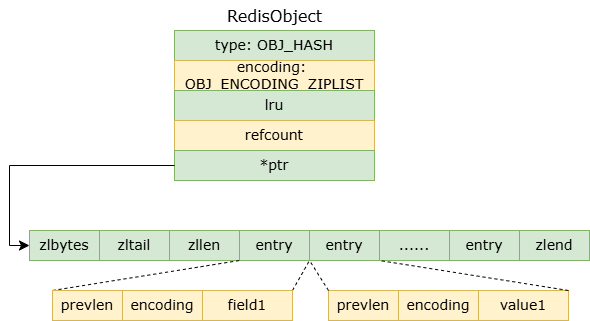
Earlier version of the draw.io export redis/hash使用ziplist作为底层结构时的结构图.drawio.png (guxdong/imgrepo). Source tidied: cells renumbered, new cells last; positions are measured from the earlier drawing's top-left corner, leaving out a move shared by most shapes. The source it was exported from:
```xml
<mxGraphModel>
  <root>
    <mxCell id="0" />
    <mxCell id="1" parent="0" />
    <mxCell id="2" value="&lt;font face=&quot;Verdana&quot; style=&quot;font-size: 14px;&quot;&gt;zlbytes&lt;/font&gt;" style="rounded=0;whiteSpace=wrap;html=1;fillColor=#d5e8d4;strokeColor=#82b366;" parent="1" vertex="1">
      <mxGeometry x="20" y="230" width="70" height="30" as="geometry" />
    </mxCell>
    <mxCell id="3" value="&lt;font face=&quot;Verdana&quot;&gt;&lt;span style=&quot;font-size: 14px;&quot;&gt;zltail&lt;/span&gt;&lt;/font&gt;" style="rounded=0;whiteSpace=wrap;html=1;fillColor=#d5e8d4;strokeColor=#82b366;" parent="1" vertex="1">
      <mxGeometry x="90" y="230" width="70" height="30" as="geometry" />
    </mxCell>
    <mxCell id="4" value="&lt;font face=&quot;Verdana&quot;&gt;&lt;span style=&quot;font-size: 14px;&quot;&gt;zllen&lt;/span&gt;&lt;/font&gt;" style="rounded=0;whiteSpace=wrap;html=1;fillColor=#d5e8d4;strokeColor=#82b366;" parent="1" vertex="1">
      <mxGeometry x="160" y="230" width="70" height="30" as="geometry" />
    </mxCell>
    <mxCell id="5" value="&lt;font face=&quot;Verdana&quot;&gt;&lt;span style=&quot;font-size: 14px;&quot;&gt;entry&lt;/span&gt;&lt;/font&gt;" style="rounded=0;whiteSpace=wrap;html=1;fillColor=#d5e8d4;strokeColor=#82b366;" parent="1" vertex="1">
      <mxGeometry x="230" y="230" width="70" height="30" as="geometry" />
    </mxCell>
    <mxCell id="6" value="&lt;font face=&quot;Verdana&quot;&gt;&lt;span style=&quot;font-size: 14px;&quot;&gt;entry&lt;/span&gt;&lt;/font&gt;" style="rounded=0;whiteSpace=wrap;html=1;fillColor=#d5e8d4;strokeColor=#82b366;" parent="1" vertex="1">
      <mxGeometry x="300" y="230" width="70" height="30" as="geometry" />
    </mxCell>
    <mxCell id="7" value="&lt;font face=&quot;Verdana&quot;&gt;&lt;span style=&quot;font-size: 14px;&quot;&gt;......&lt;/span&gt;&lt;/font&gt;" style="rounded=0;whiteSpace=wrap;html=1;fillColor=#d5e8d4;strokeColor=#82b366;" parent="1" vertex="1">
      <mxGeometry x="370" y="230" width="70" height="30" as="geometry" />
    </mxCell>
    <mxCell id="8" value="&lt;font face=&quot;Verdana&quot;&gt;&lt;span style=&quot;font-size: 14px;&quot;&gt;entry&lt;/span&gt;&lt;/font&gt;" style="rounded=0;whiteSpace=wrap;html=1;fillColor=#d5e8d4;strokeColor=#82b366;" parent="1" vertex="1">
      <mxGeometry x="440" y="230" width="70" height="30" as="geometry" />
    </mxCell>
    <mxCell id="9" value="&lt;font face=&quot;Verdana&quot;&gt;&lt;span style=&quot;font-size: 14px;&quot;&gt;zlend&lt;/span&gt;&lt;/font&gt;" style="rounded=0;whiteSpace=wrap;html=1;fillColor=#d5e8d4;strokeColor=#82b366;" parent="1" vertex="1">
      <mxGeometry x="510" y="230" width="70" height="30" as="geometry" />
    </mxCell>
    <mxCell id="10" style="endArrow=none;dashed=1;html=1;rounded=0;entryX=0;entryY=1;entryDx=0;entryDy=0;exitX=0;exitY=0;exitDx=0;exitDy=0;" parent="1" edge="1" source="13" target="5">
      <mxGeometry relative="1" as="geometry" />
    </mxCell>
    <mxCell id="11" style="endArrow=none;dashed=1;html=1;rounded=0;entryX=0;entryY=1;entryDx=0;entryDy=0;exitX=1;exitY=0;exitDx=0;exitDy=0;" parent="1" edge="1" source="15" target="6">
      <mxGeometry relative="1" as="geometry" />
    </mxCell>
    <mxCell id="12" style="group;" parent="1" vertex="1">
      <mxGeometry x="43" y="290" width="240" height="30" as="geometry" />
    </mxCell>
    <mxCell id="13" value="&lt;font face=&quot;Verdana&quot;&gt;&lt;span style=&quot;font-size: 14px;&quot;&gt;prevlen&lt;/span&gt;&lt;/font&gt;" style="rounded=0;whiteSpace=wrap;html=1;fillColor=#fff2cc;strokeColor=#d6b656;" parent="12" vertex="1">
      <mxGeometry width="70" height="30" as="geometry" />
    </mxCell>
    <mxCell id="14" value="&lt;font face=&quot;Verdana&quot;&gt;&lt;span style=&quot;font-size: 14px;&quot;&gt;encoding&lt;/span&gt;&lt;/font&gt;" style="rounded=0;whiteSpace=wrap;html=1;fillColor=#fff2cc;strokeColor=#d6b656;" parent="12" vertex="1">
      <mxGeometry x="70" width="80" height="30" as="geometry" />
    </mxCell>
    <mxCell id="15" value="&lt;font face=&quot;Verdana&quot;&gt;&lt;span style=&quot;font-size: 14px;&quot;&gt;field1&lt;/span&gt;&lt;/font&gt;" style="rounded=0;whiteSpace=wrap;html=1;fillColor=#fff2cc;strokeColor=#d6b656;" parent="12" vertex="1">
      <mxGeometry x="150" width="90" height="30" as="geometry" />
    </mxCell>
    <mxCell id="16" value="&lt;font style=&quot;font-size: 14px;&quot; face=&quot;Verdana&quot;&gt;type:&amp;nbsp;&lt;/font&gt;&lt;font face=&quot;Verdana&quot;&gt;&lt;span style=&quot;font-size: 14px;&quot;&gt;OBJ_HASH&lt;/span&gt;&lt;/font&gt;" style="rounded=0;whiteSpace=wrap;html=1;fillColor=#d5e8d4;strokeColor=#82b366;" parent="1" vertex="1">
      <mxGeometry x="165" y="30" width="200" height="30" as="geometry" />
    </mxCell>
    <mxCell id="17" value="&lt;font face=&quot;Verdana&quot;&gt;&lt;span style=&quot;font-size: 14px;&quot;&gt;encoding:&amp;nbsp;&lt;/span&gt;&lt;/font&gt;&lt;div&gt;&lt;font face=&quot;Verdana&quot;&gt;&lt;span style=&quot;font-size: 14px;&quot;&gt;OBJ_ENCODING_ZIPLIST&lt;/span&gt;&lt;/font&gt;&lt;/div&gt;" style="rounded=0;whiteSpace=wrap;html=1;fillColor=#fff2cc;strokeColor=#d6b656;" parent="1" vertex="1">
      <mxGeometry x="165" y="60" width="200" height="30" as="geometry" />
    </mxCell>
    <mxCell id="18" value="&lt;font face=&quot;Verdana&quot;&gt;&lt;span style=&quot;font-size: 14px;&quot;&gt;lru&lt;/span&gt;&lt;/font&gt;" style="rounded=0;whiteSpace=wrap;html=1;fillColor=#d5e8d4;strokeColor=#82b366;" parent="1" vertex="1">
      <mxGeometry x="165" y="90" width="200" height="30" as="geometry" />
    </mxCell>
    <mxCell id="19" value="&lt;font face=&quot;Verdana&quot;&gt;&lt;span style=&quot;font-size: 14px;&quot;&gt;refcount&lt;/span&gt;&lt;/font&gt;" style="rounded=0;whiteSpace=wrap;html=1;fillColor=#fff2cc;strokeColor=#d6b656;" parent="1" vertex="1">
      <mxGeometry x="165" y="120" width="200" height="30" as="geometry" />
    </mxCell>
    <mxCell id="20" value="&lt;font face=&quot;Verdana&quot;&gt;&lt;span style=&quot;font-size: 14px;&quot;&gt;*ptr&lt;/span&gt;&lt;/font&gt;" style="rounded=0;whiteSpace=wrap;html=1;fillColor=#d5e8d4;strokeColor=#82b366;" parent="1" vertex="1">
      <mxGeometry x="165" y="150" width="200" height="30" as="geometry" />
    </mxCell>
    <mxCell id="21" value="&lt;font face=&quot;Verdana&quot; style=&quot;font-size: 16px;&quot;&gt;RedisObject&lt;/font&gt;" style="text;html=1;align=center;verticalAlign=middle;strokeColor=none;fillColor=none;" parent="1" vertex="1">
      <mxGeometry x="205" width="120" height="30" as="geometry" />
    </mxCell>
    <mxCell id="22" style="edgeStyle=elbowEdgeStyle;elbow=horizontal;endArrow=classic;html=1;curved=0;rounded=0;endSize=8;startSize=8;exitX=0;exitY=0.5;exitDx=0;exitDy=0;entryX=0;entryY=0.5;entryDx=0;entryDy=0;" parent="1" edge="1" source="20" target="2">
      <mxGeometry relative="1" as="geometry">
        <Array as="points">
          <mxPoint y="190" />
        </Array>
      </mxGeometry>
    </mxCell>
    <mxCell id="23" style="group;" parent="1" vertex="1">
      <mxGeometry x="319" y="290" width="240" height="30" as="geometry" />
    </mxCell>
    <mxCell id="24" value="&lt;font face=&quot;Verdana&quot;&gt;&lt;span style=&quot;font-size: 14px;&quot;&gt;prevlen&lt;/span&gt;&lt;/font&gt;" style="rounded=0;whiteSpace=wrap;html=1;fillColor=#fff2cc;strokeColor=#d6b656;" parent="23" vertex="1">
      <mxGeometry width="70" height="30" as="geometry" />
    </mxCell>
    <mxCell id="25" value="&lt;font face=&quot;Verdana&quot;&gt;&lt;span style=&quot;font-size: 14px;&quot;&gt;encoding&lt;/span&gt;&lt;/font&gt;" style="rounded=0;whiteSpace=wrap;html=1;fillColor=#fff2cc;strokeColor=#d6b656;" parent="23" vertex="1">
      <mxGeometry x="70" width="80" height="30" as="geometry" />
    </mxCell>
    <mxCell id="26" value="&lt;font face=&quot;Verdana&quot;&gt;&lt;span style=&quot;font-size: 14px;&quot;&gt;value1&lt;/span&gt;&lt;/font&gt;" style="rounded=0;whiteSpace=wrap;html=1;fillColor=#fff2cc;strokeColor=#d6b656;" parent="23" vertex="1">
      <mxGeometry x="150" width="90" height="30" as="geometry" />
    </mxCell>
    <mxCell id="27" style="endArrow=none;dashed=1;html=1;rounded=0;entryX=0;entryY=1;entryDx=0;entryDy=0;exitX=0;exitY=0;exitDx=0;exitDy=0;" parent="1" edge="1" source="24" target="6">
      <mxGeometry relative="1" as="geometry" />
    </mxCell>
    <mxCell id="28" style="endArrow=none;dashed=1;html=1;rounded=0;entryX=0;entryY=1;entryDx=0;entryDy=0;exitX=1;exitY=0;exitDx=0;exitDy=0;" parent="1" edge="1" source="26" target="7">
      <mxGeometry relative="1" as="geometry" />
    </mxCell>
  </root>
</mxGraphModel>
```
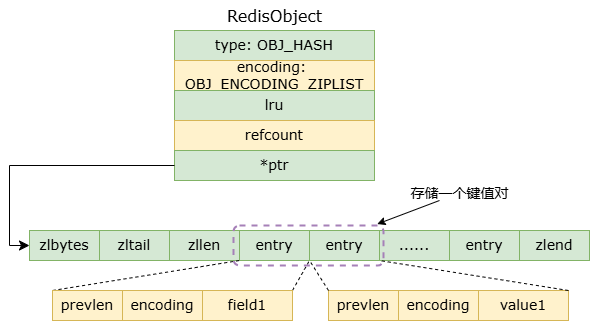
After the change.

Commit message:
更新hash使用ziplist作为底层结构时的结构图.drawio.png

The edit, as a diff of the source:
```diff
@@ -87,5 +87,16 @@
     <mxCell id="28" style="endArrow=none;dashed=1;html=1;rounded=0;entryX=0;entryY=1;entryDx=0;entryDy=0;exitX=1;exitY=0;exitDx=0;exitDy=0;" parent="1" edge="1" source="26" target="7">
       <mxGeometry relative="1" as="geometry" />
     </mxCell>
+    <mxCell id="29" style="rounded=1;whiteSpace=wrap;html=1;fillColor=none;dashed=1;strokeColor=#A680B8;strokeWidth=2;" parent="1" vertex="1">
+      <mxGeometry x="224" y="225" width="150" height="40" as="geometry" />
+    </mxCell>
+    <mxCell id="30" style="endArrow=classic;html=1;rounded=0;entryX=0.958;entryY=-0.036;entryDx=0;entryDy=0;entryPerimeter=0;" parent="1" edge="1" target="29">
+      <mxGeometry relative="1" as="geometry">
+        <mxPoint x="430" y="200" as="sourcePoint" />
+      </mxGeometry>
+    </mxCell>
+    <mxCell id="31" value="&lt;font style=&quot;font-size: 14px;&quot; face=&quot;Verdana&quot;&gt;存储一个键值对&lt;/font&gt;" style="text;html=1;align=center;verticalAlign=middle;strokeColor=none;fillColor=none;" parent="1" vertex="1">
+      <mxGeometry x="390" y="178" width="120" height="30" as="geometry" />
+    </mxCell>
   </root>
 </mxGraphModel>
```
